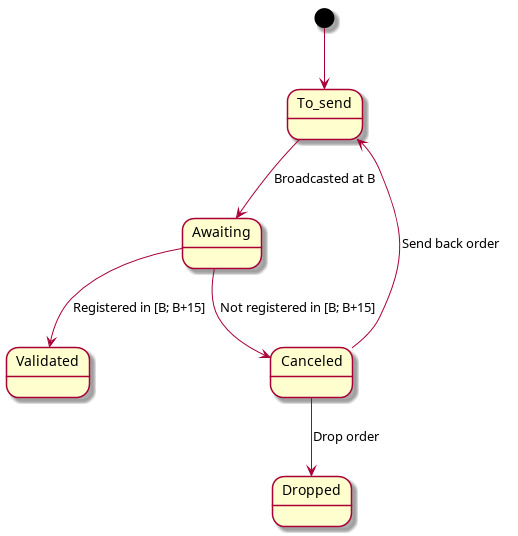
The PlantUML diagram doc/uml/tx_lifecycle.png in duniter/sakia, before a commit.
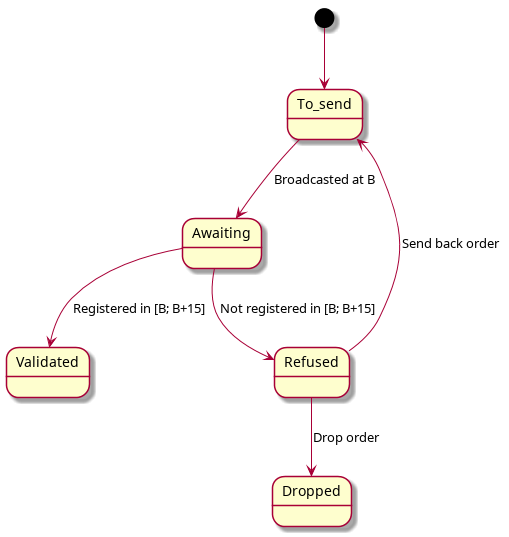
Above is the later version.

Commit message:
Sequence diagram for requests

Change to the diagram source:
```diff
@@ -3,8 +3,8 @@
 [*] --> To_send
 To_send --> Awaiting : Broadcasted at B
 Awaiting --> Validated : Registered in [B; B+15]
-Awaiting --> Canceled : Not registered in [B; B+15]
-Canceled --> To_send : Send back order
-Canceled --> Dropped : Drop order
+Awaiting --> Refused : Not registered in [B; B+15]
+Refused --> To_send : Send back order
+Refused --> Dropped : Drop order
 
 @enduml
```
